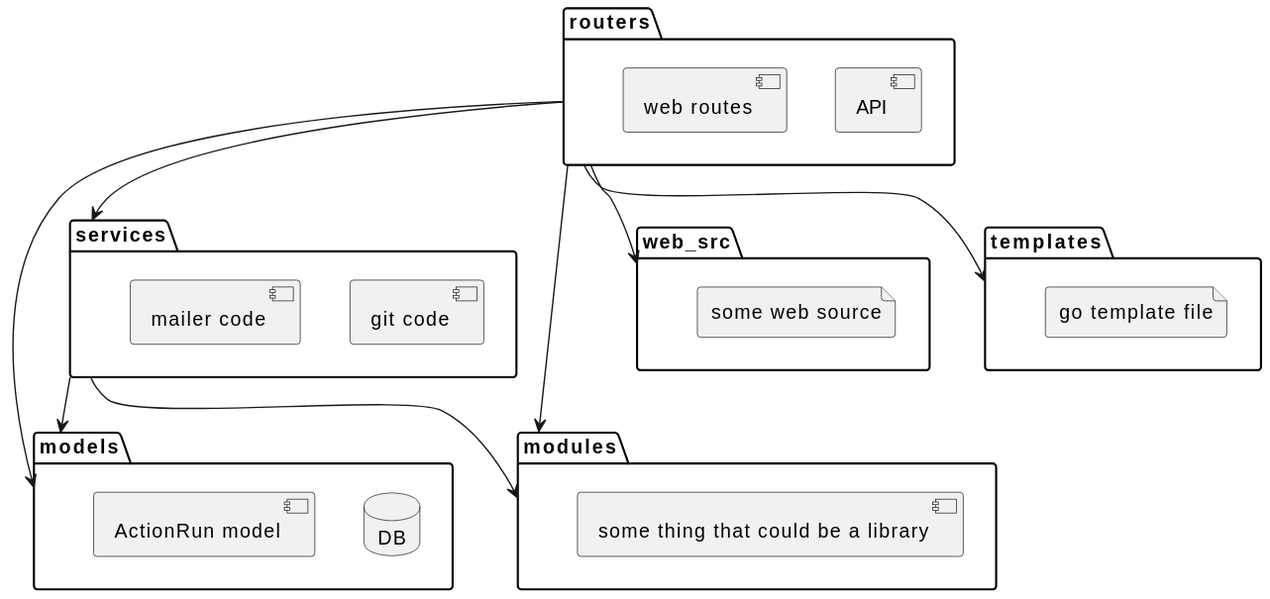
christopher-besch/homepage keeps this PlantUML diagram as src/articles/17_forgejo_actions_notification/architecture.svg. Above is the earlier version. The source it was exported from:
```plantuml
@startuml
folder "models" {
    database "DB"
    [ActionRun model]
}

folder "modules" {
    [some thing that could be a library]
}

folder "services" {
    [git code]
    [mailer code]
}

folder "web_src" {
    file "some web source"
}

folder "routers" {
    [API]
    [web routes]
}

folder "templates" {
    file "go template file"
}


[services] -down-> [models]
[services] -down-> [modules]

[routers] -down-> [services]
[routers] -down-> [modules]
[routers] -down-> [models]
[routers] -down-> [web_src]
[routers] -down-> [templates]

@enduml
```
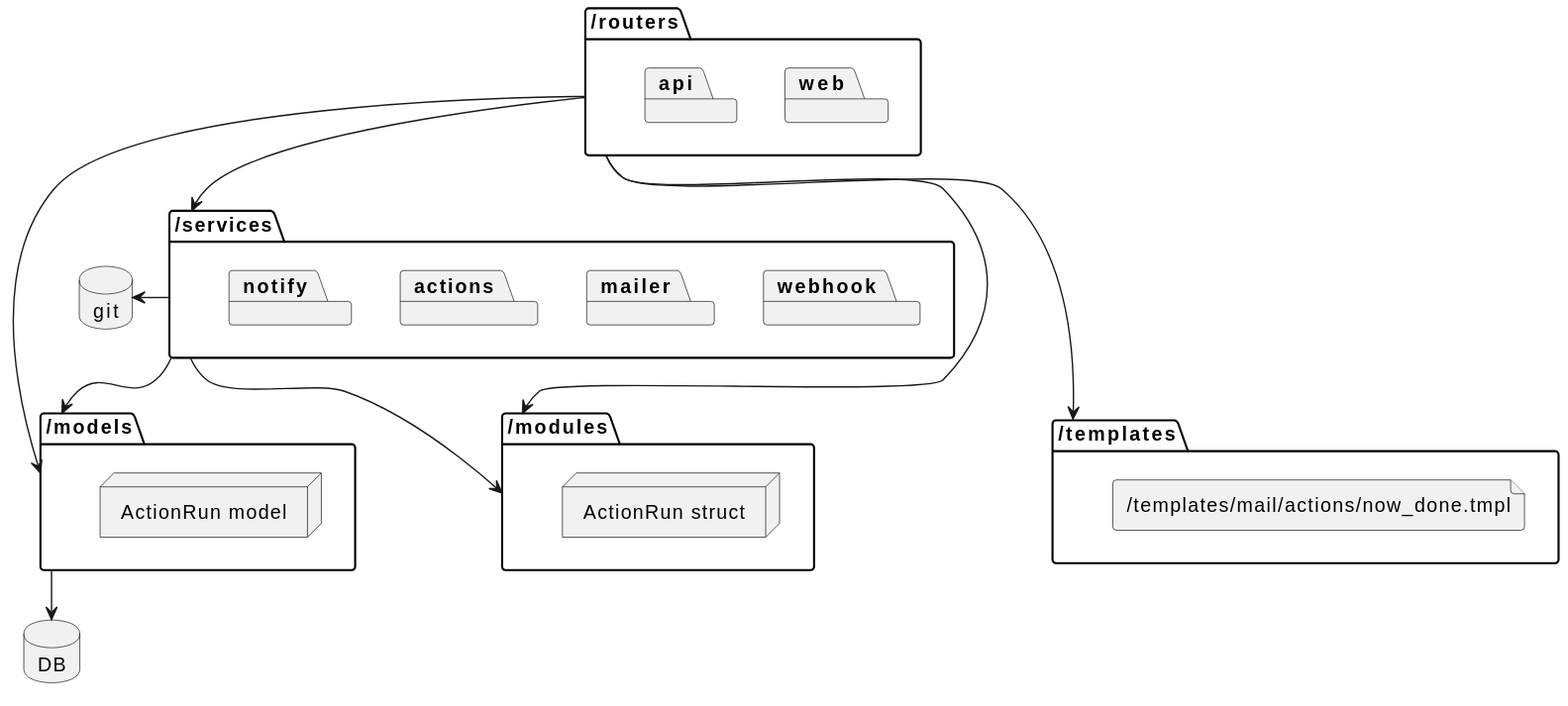
Above is the later version.

Commit message:
feat: forgejo layered architecture

What changed in the source:
```diff
@@ -1,39 +1,46 @@
 @startuml
-folder "models" {
-    database "DB"
-    [ActionRun model]
+
+folder "/routers" {
+    package web
+    package api
 }
 
-folder "modules" {
-    [some thing that could be a library]
+folder "/services" {
+    package notify
+    package actions
+    package mailer
+    package webhook
+
+    [notify] -right[hidden]-> [actions]
+    [actions] -right[hidden]-> [mailer]
+    [mailer] -right[hidden]-> [webhook]
 }
+database "git"
 
-folder "services" {
-    [git code]
-    [mailer code]
+folder "/models" {
+    node "ActionRun model"
 }
+database "DB"
 
-folder "web_src" {
-    file "some web source"
-}
-
-folder "routers" {
-    [API]
-    [web routes]
-}
-
-folder "templates" {
-    file "go template file"
+folder "/modules" {
+    node "ActionRun struct"
 }
 
 
-[services] -down-> [models]
-[services] -down-> [modules]
+folder "/templates" {
+    file "/templates/mail/actions/now_done.tmpl"
+}
 
-[routers] -down-> [services]
-[routers] -down-> [modules]
-[routers] -down-> [models]
-[routers] -down-> [web_src]
-[routers] -down-> [templates]
 
+[/routers] -down-> [/services]
+[/routers] -down-> [/modules]
+[/routers] -down-> [/models]
+[/routers] -down-> [/templates]
+
+[/services] -down-> [/models]
+[/services] -down-> [/modules]
+[/services] -down[hidden]-> [/templates]
+[/services] -left-> [git]
+
+[/models] -down-> [DB]
 @enduml
```
